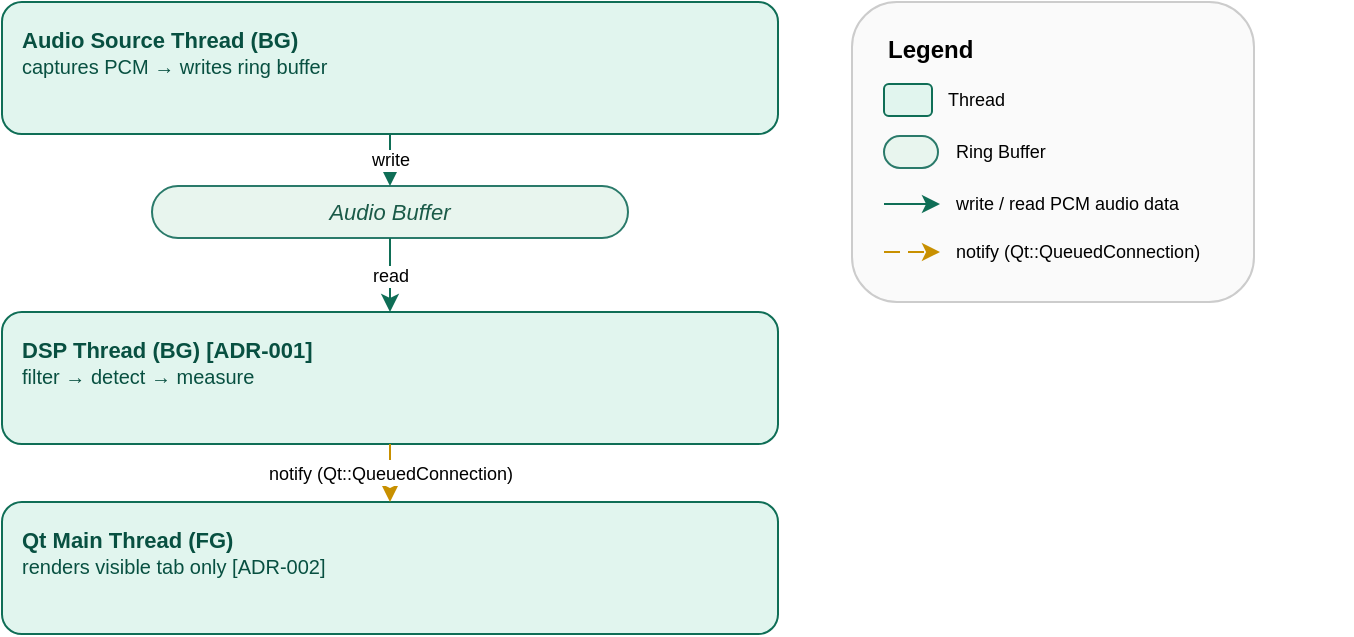
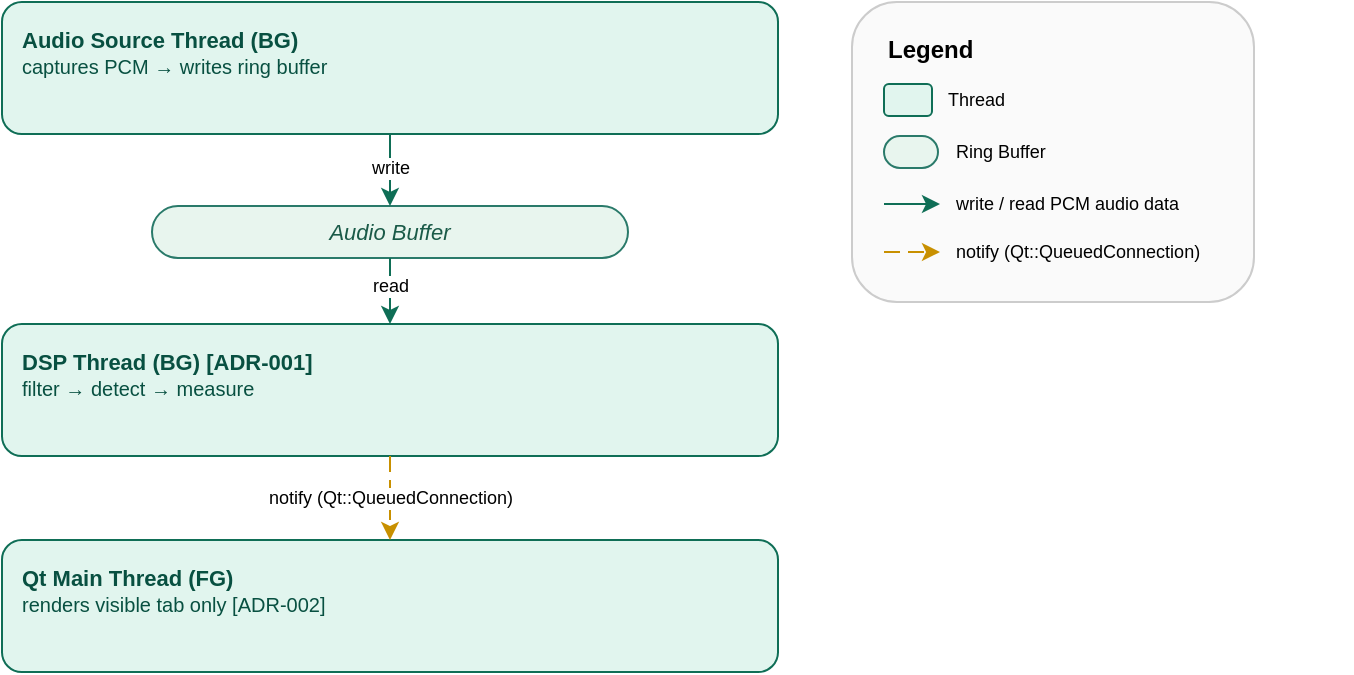
- <mxGraphModel dx="1005" dy="466" grid="0" gridSize="10" guides="1" tooltips="1" connect="1" arrows="1" fold="1" page="1" pageScale="1" pageWidth="800" pageHeight="400" math="0" shadow="0">
-   <root>
-     <mxCell id="0" />
-     <mxCell id="1" parent="0" />
-     <mxCell id="30" parent="1" style="rounded=1;whiteSpace=wrap;html=1;fillColor=#E1F5EE;strokeColor=#0F6E56;fontColor=#085041;fontStyle=1;fontSize=11;align=left;verticalAlign=top;spacingLeft=8;spacingTop=6;" value="Audio Source Thread  (BG)&lt;br&gt;&lt;font style=&quot;font-size:10px;font-weight:400;&quot;&gt;captures PCM → writes ring buffer&lt;/font&gt;" vertex="1">
-       <mxGeometry height="66" width="388" x="20" y="20" as="geometry" />
-     </mxCell>
-     <mxCell id="32" parent="1" style="rounded=1;arcSize=50;whiteSpace=wrap;html=1;fillColor=#e8f5ee;strokeColor=#2a7a6a;fontColor=#1a5a48;fontSize=11;fontStyle=2;" value="Audio Buffer" vertex="1">
-       <mxGeometry height="26" width="238" x="95" y="112" as="geometry" />
-     </mxCell>
-     <mxCell id="33" parent="1" style="rounded=1;whiteSpace=wrap;html=1;fillColor=#E1F5EE;strokeColor=#0F6E56;fontColor=#085041;fontStyle=1;fontSize=11;align=left;verticalAlign=top;spacingLeft=8;spacingTop=6;" value="DSP Thread  (BG)  [ADR-001]&lt;br&gt;&lt;font style=&quot;font-size:10px;font-weight:400;&quot;&gt;filter → detect → measure&lt;/font&gt;" vertex="1">
-       <mxGeometry height="66" width="388" x="20" y="175" as="geometry" />
-     </mxCell>
-     <mxCell id="35" parent="1" style="rounded=1;whiteSpace=wrap;html=1;fillColor=#E1F5EE;strokeColor=#0F6E56;fontColor=#085041;fontStyle=1;fontSize=11;align=left;verticalAlign=top;spacingLeft=8;spacingTop=6;" value="Qt Main Thread  (FG)&lt;br&gt;&lt;font style=&quot;font-size:10px;font-weight:400;&quot;&gt;renders visible tab only  [ADR-002]&lt;/font&gt;" vertex="1">
-       <mxGeometry height="66" width="388" x="20" y="270" as="geometry" />
-     </mxCell>
-     <mxCell id="40" edge="1" parent="1" source="30" target="32" style="edgeStyle=none;html=1;strokeColor=#0F6E56;fillColor=#0F6E56;fontSize=9;exitX=0.5;exitY=1;exitDx=0;exitDy=0;entryX=0.5;entryY=0;entryDx=0;entryDy=0;" value="write">
-       <mxGeometry relative="1" as="geometry" />
-     </mxCell>
-     <mxCell id="42" edge="1" parent="1" source="32" target="33" style="edgeStyle=none;html=1;strokeColor=#0F6E56;fillColor=#0F6E56;fontSize=9;exitX=0.5;exitY=1;exitDx=0;exitDy=0;entryX=0.5;entryY=0;entryDx=0;entryDy=0;" value="read">
-       <mxGeometry relative="1" as="geometry" />
-     </mxCell>
-     <mxCell id="43" edge="1" parent="1" source="33" target="35" style="edgeStyle=none;html=1;strokeColor=#c89000;fillColor=#c89000;dashed=1;dashPattern=8 4;fontSize=9;exitX=0.5;exitY=1;exitDx=0;exitDy=0;entryX=0.5;entryY=0;entryDx=0;entryDy=0;" value="notify (Qt::QueuedConnection)">
-       <mxGeometry relative="1" as="geometry" />
-     </mxCell>
-     <mxCell id="Q6rnTVYkd1wGd5bwxZPc-64" connectable="0" parent="1" style="group" value="" vertex="1">
-       <mxGeometry height="150" width="260" x="430" y="20" as="geometry" />
-     </mxCell>
-     <mxCell id="50" parent="Q6rnTVYkd1wGd5bwxZPc-64" style="rounded=1;whiteSpace=wrap;html=1;fillColor=#fafafa;strokeColor=#cccccc;" value="" vertex="1">
-       <mxGeometry height="150" width="201" x="15" as="geometry" />
-     </mxCell>
-     <mxCell id="51" parent="Q6rnTVYkd1wGd5bwxZPc-64" style="text;html=1;fontStyle=1;fontSize=12;align=left;" value="Legend" vertex="1">
-       <mxGeometry height="20" width="100" x="31" y="10" as="geometry" />
-     </mxCell>
-     <mxCell id="52" parent="Q6rnTVYkd1wGd5bwxZPc-64" style="rounded=1;whiteSpace=wrap;html=1;fillColor=#E1F5EE;strokeColor=#0F6E56;" value="" vertex="1">
-       <mxGeometry height="16" width="24" x="31" y="41" as="geometry" />
-     </mxCell>
-     <mxCell id="53" parent="Q6rnTVYkd1wGd5bwxZPc-64" style="text;html=1;fontSize=9;align=left;verticalAlign=middle;" value="Thread" vertex="1">
-       <mxGeometry height="16" width="200" x="61" y="41" as="geometry" />
-     </mxCell>
-     <mxCell id="58" parent="Q6rnTVYkd1wGd5bwxZPc-64" style="rounded=1;arcSize=50;whiteSpace=wrap;html=1;fillColor=#e8f5ee;strokeColor=#2a7a6a;" value="" vertex="1">
-       <mxGeometry height="16" width="27" x="31" y="67" as="geometry" />
-     </mxCell>
-     <mxCell id="Q6rnTVYkd1wGd5bwxZPc-65" parent="Q6rnTVYkd1wGd5bwxZPc-64" style="text;html=1;fontSize=9;align=left;verticalAlign=middle;" value="Ring Buffer" vertex="1">
-       <mxGeometry height="16" width="200" x="65" y="67" as="geometry" />
-     </mxCell>
-     <mxCell id="60" edge="1" parent="Q6rnTVYkd1wGd5bwxZPc-64" style="edgeStyle=none;html=1;strokeColor=#0F6E56;fillColor=#0F6E56;" value="">
-       <mxGeometry relative="1" as="geometry">
-         <mxPoint x="31" y="101" as="sourcePoint" />
-         <mxPoint x="59" y="101" as="targetPoint" />
-       </mxGeometry>
-     </mxCell>
-     <mxCell id="61" parent="Q6rnTVYkd1wGd5bwxZPc-64" style="text;html=1;fontSize=9;align=left;verticalAlign=middle;" value="write / read PCM audio data" vertex="1">
-       <mxGeometry height="16" width="200" x="65" y="93" as="geometry" />
-     </mxCell>
-     <mxCell id="62" edge="1" parent="Q6rnTVYkd1wGd5bwxZPc-64" style="edgeStyle=none;html=1;strokeColor=#c89000;fillColor=#c89000;dashed=1;dashPattern=8 4;" value="">
-       <mxGeometry relative="1" as="geometry">
-         <mxPoint x="31" y="125" as="sourcePoint" />
-         <mxPoint x="59" y="125" as="targetPoint" />
-       </mxGeometry>
-     </mxCell>
-     <mxCell id="63" parent="Q6rnTVYkd1wGd5bwxZPc-64" style="text;html=1;fontSize=9;align=left;verticalAlign=middle;" value="notify  (Qt::QueuedConnection)" vertex="1">
-       <mxGeometry height="16" width="200" x="65" y="117" as="geometry" />
-     </mxCell>
-   </root>
- </mxGraphModel>
+ <mxfile host="app.diagrams.net">
+   <diagram id="xxnScuvbpYzbq3oAzX3g" name="페이지-1">
+     <mxGraphModel dx="671" dy="492" grid="0" gridSize="10" guides="1" tooltips="1" connect="1" arrows="1" fold="1" page="1" pageScale="1" pageWidth="800" pageHeight="400" math="0" shadow="0">
+       <root>
+         <mxCell id="0" />
+         <mxCell id="1" parent="0" />
+         <mxCell id="30" parent="1" style="rounded=1;whiteSpace=wrap;html=1;fillColor=#E1F5EE;strokeColor=#0F6E56;fontColor=#085041;fontStyle=1;fontSize=11;align=left;verticalAlign=top;spacingLeft=8;spacingTop=6;" value="Audio Source Thread  (BG)&lt;br&gt;&lt;font style=&quot;font-size:10px;font-weight:400;&quot;&gt;captures PCM → writes ring buffer&lt;/font&gt;" vertex="1">
+           <mxGeometry height="66" width="388" x="20" y="20" as="geometry" />
+         </mxCell>
+         <mxCell id="32" parent="1" style="rounded=1;arcSize=50;whiteSpace=wrap;html=1;fillColor=#e8f5ee;strokeColor=#2a7a6a;fontColor=#1a5a48;fontSize=11;fontStyle=2;" value="Audio Buffer" vertex="1">
+           <mxGeometry height="26" width="238" x="95" y="122" as="geometry" />
+         </mxCell>
+         <mxCell id="33" parent="1" style="rounded=1;whiteSpace=wrap;html=1;fillColor=#E1F5EE;strokeColor=#0F6E56;fontColor=#085041;fontStyle=1;fontSize=11;align=left;verticalAlign=top;spacingLeft=8;spacingTop=6;" value="DSP Thread  (BG)  [ADR-001]&lt;br&gt;&lt;font style=&quot;font-size:10px;font-weight:400;&quot;&gt;filter → detect → measure&lt;/font&gt;" vertex="1">
+           <mxGeometry height="66" width="388" x="20" y="181" as="geometry" />
+         </mxCell>
+         <mxCell id="35" parent="1" style="rounded=1;whiteSpace=wrap;html=1;fillColor=#E1F5EE;strokeColor=#0F6E56;fontColor=#085041;fontStyle=1;fontSize=11;align=left;verticalAlign=top;spacingLeft=8;spacingTop=6;" value="Qt Main Thread  (FG)&lt;br&gt;&lt;font style=&quot;font-size:10px;font-weight:400;&quot;&gt;renders visible tab only  [ADR-002]&lt;/font&gt;" vertex="1">
+           <mxGeometry height="66" width="388" x="20" y="289" as="geometry" />
+         </mxCell>
+         <mxCell id="40" edge="1" parent="1" source="30" style="edgeStyle=none;html=1;strokeColor=#0F6E56;fillColor=#0F6E56;fontSize=9;exitX=0.5;exitY=1;exitDx=0;exitDy=0;entryX=0.5;entryY=0;entryDx=0;entryDy=0;" target="32" value="write">
+           <mxGeometry relative="1" x="-0.0811" as="geometry">
+             <mxPoint as="offset" />
+           </mxGeometry>
+         </mxCell>
+         <mxCell id="42" edge="1" parent="1" source="32" style="edgeStyle=none;html=1;strokeColor=#0F6E56;fillColor=#0F6E56;fontSize=9;exitX=0.5;exitY=1;exitDx=0;exitDy=0;entryX=0.5;entryY=0;entryDx=0;entryDy=0;" target="33" value="read">
+           <mxGeometry relative="1" x="-0.1875" as="geometry">
+             <mxPoint as="offset" />
+             <Array as="points">
+               <mxPoint x="214" y="159" />
+             </Array>
+           </mxGeometry>
+         </mxCell>
+         <mxCell id="43" edge="1" parent="1" source="33" style="edgeStyle=none;html=1;strokeColor=#c89000;fillColor=#c89000;dashed=1;dashPattern=8 4;fontSize=9;exitX=0.5;exitY=1;exitDx=0;exitDy=0;entryX=0.5;entryY=0;entryDx=0;entryDy=0;" target="35" value="notify (Qt::QueuedConnection)">
+           <mxGeometry relative="1" as="geometry" />
+         </mxCell>
+         <mxCell id="Q6rnTVYkd1wGd5bwxZPc-64" connectable="0" parent="1" style="group" value="" vertex="1">
+           <mxGeometry height="150" width="260" x="430" y="20" as="geometry" />
+         </mxCell>
+         <mxCell id="50" parent="Q6rnTVYkd1wGd5bwxZPc-64" style="rounded=1;whiteSpace=wrap;html=1;fillColor=#fafafa;strokeColor=#cccccc;" value="" vertex="1">
+           <mxGeometry height="150" width="201" x="15" as="geometry" />
+         </mxCell>
+         <mxCell id="51" parent="Q6rnTVYkd1wGd5bwxZPc-64" style="text;html=1;fontStyle=1;fontSize=12;align=left;" value="Legend" vertex="1">
+           <mxGeometry height="20" width="100" x="31" y="10" as="geometry" />
+         </mxCell>
+         <mxCell id="52" parent="Q6rnTVYkd1wGd5bwxZPc-64" style="rounded=1;whiteSpace=wrap;html=1;fillColor=#E1F5EE;strokeColor=#0F6E56;" value="" vertex="1">
+           <mxGeometry height="16" width="24" x="31" y="41" as="geometry" />
+         </mxCell>
+         <mxCell id="53" parent="Q6rnTVYkd1wGd5bwxZPc-64" style="text;html=1;fontSize=9;align=left;verticalAlign=middle;" value="Thread" vertex="1">
+           <mxGeometry height="16" width="200" x="61" y="41" as="geometry" />
+         </mxCell>
+         <mxCell id="58" parent="Q6rnTVYkd1wGd5bwxZPc-64" style="rounded=1;arcSize=50;whiteSpace=wrap;html=1;fillColor=#e8f5ee;strokeColor=#2a7a6a;" value="" vertex="1">
+           <mxGeometry height="16" width="27" x="31" y="67" as="geometry" />
+         </mxCell>
+         <mxCell id="Q6rnTVYkd1wGd5bwxZPc-65" parent="Q6rnTVYkd1wGd5bwxZPc-64" style="text;html=1;fontSize=9;align=left;verticalAlign=middle;" value="Ring Buffer" vertex="1">
+           <mxGeometry height="16" width="200" x="65" y="67" as="geometry" />
+         </mxCell>
+         <mxCell id="60" edge="1" parent="Q6rnTVYkd1wGd5bwxZPc-64" style="edgeStyle=none;html=1;strokeColor=#0F6E56;fillColor=#0F6E56;" value="">
+           <mxGeometry relative="1" as="geometry">
+             <mxPoint x="31" y="101" as="sourcePoint" />
+             <mxPoint x="59" y="101" as="targetPoint" />
+           </mxGeometry>
+         </mxCell>
+         <mxCell id="61" parent="Q6rnTVYkd1wGd5bwxZPc-64" style="text;html=1;fontSize=9;align=left;verticalAlign=middle;" value="write / read PCM audio data" vertex="1">
+           <mxGeometry height="16" width="200" x="65" y="93" as="geometry" />
+         </mxCell>
+         <mxCell id="62" edge="1" parent="Q6rnTVYkd1wGd5bwxZPc-64" style="edgeStyle=none;html=1;strokeColor=#c89000;fillColor=#c89000;dashed=1;dashPattern=8 4;" value="">
+           <mxGeometry relative="1" as="geometry">
+             <mxPoint x="31" y="125" as="sourcePoint" />
+             <mxPoint x="59" y="125" as="targetPoint" />
+           </mxGeometry>
+         </mxCell>
+         <mxCell id="63" parent="Q6rnTVYkd1wGd5bwxZPc-64" style="text;html=1;fontSize=9;align=left;verticalAlign=middle;" value="notify  (Qt::QueuedConnection)" vertex="1">
+           <mxGeometry height="16" width="200" x="65" y="117" as="geometry" />
+         </mxCell>
+       </root>
+     </mxGraphModel>
+   </diagram>
+ </mxfile>
